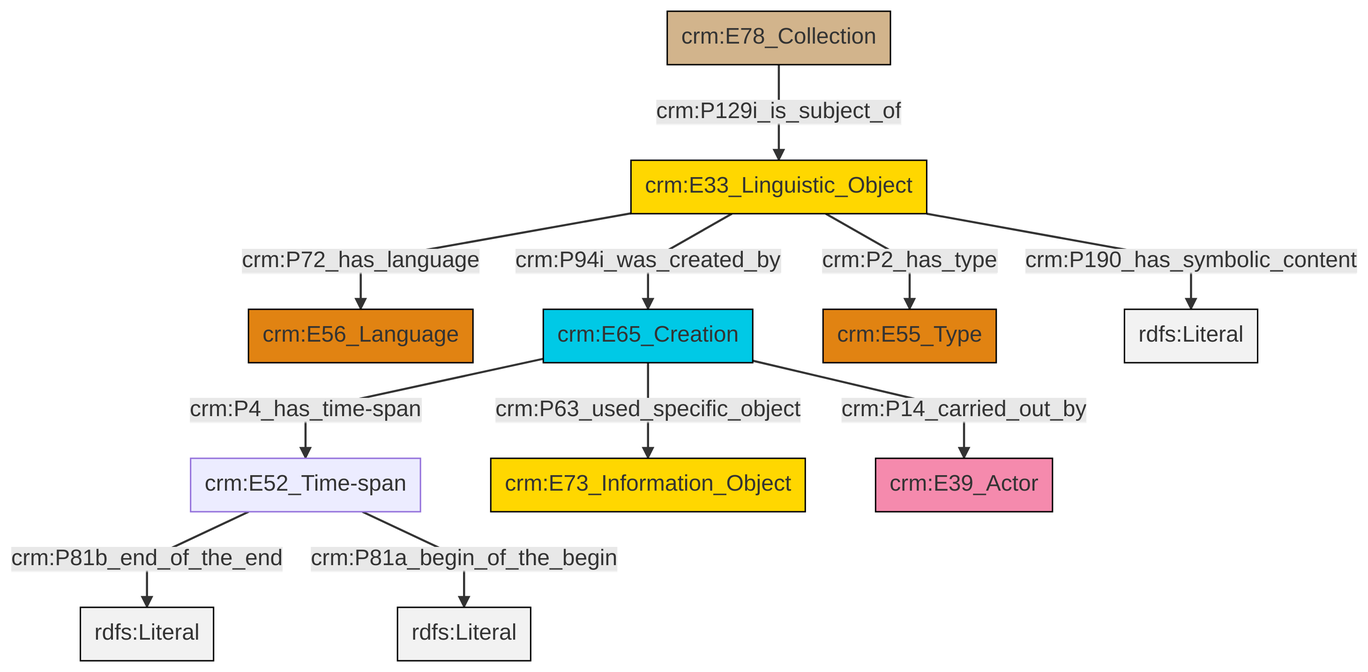
This is et/archivalCSV/ttl/mmd/png/archival_desc.png from swiss-art-research-net/docs.swissartresearch, a Mermaid export, as it was before one commit. Its source is kept beside it as et/archivalCSV/ttl/mmd/archival_desc.ttl.mmd.
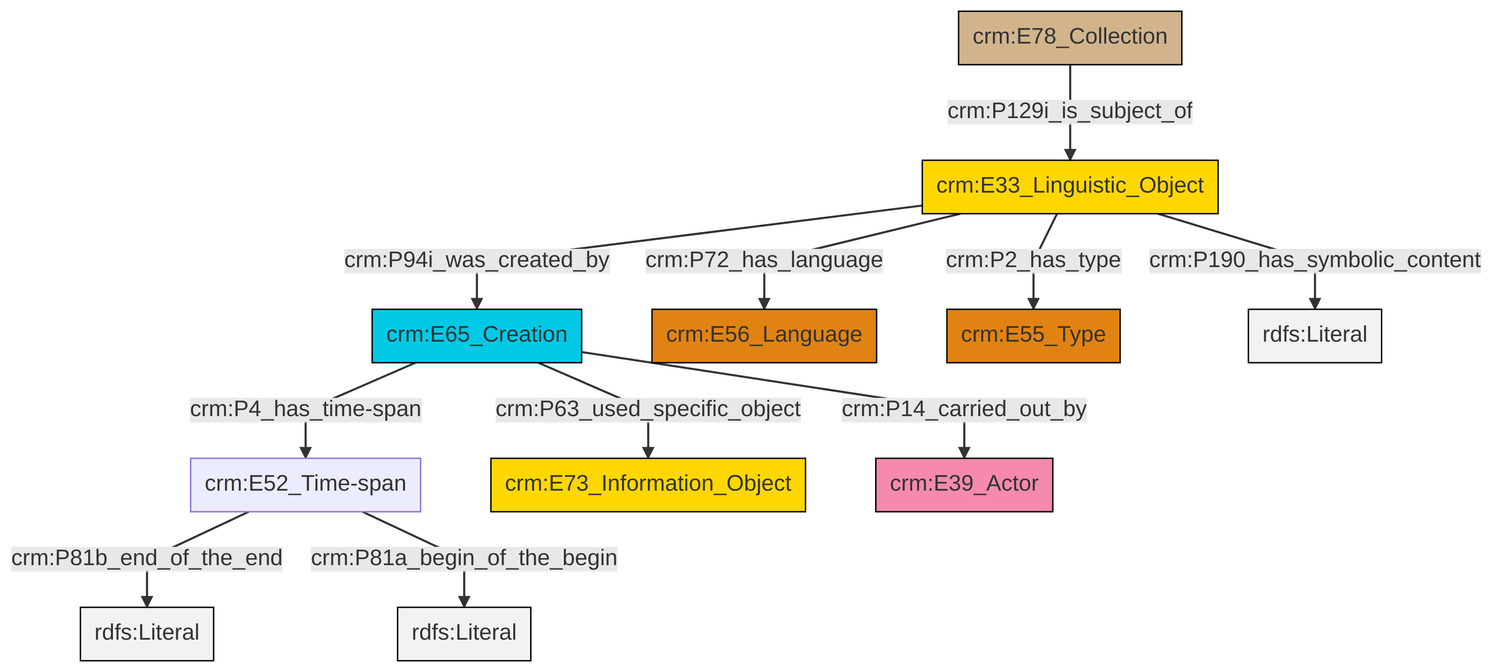
Later version of the same file.

Diff of the diagram source:
```diff
@@ -13,13 +13,13 @@
 classDef PC_Classes fill:#4ce600, stroke:#000000;
 classDef Multi fill:#cccccc,stroke:#000000;
 
-0["crm:E33_Linguistic_Object"]:::Conceptual_Object -->|crm:P72_has_language| 1["crm:E56_Language"]:::Type
-5["crm:E65_Creation"]:::Temporal_Entity -->|crm:P4_has_time-span| 2["crm:E52_Time-span"]:::Default
-0["crm:E33_Linguistic_Object"]:::Conceptual_Object -->|crm:P190_has_symbolic_content| 11[rdfs:Literal]:::Literal
-9["crm:E78_Collection"]:::Physical_Thing -->|crm:P129i_is_subject_of| 0["crm:E33_Linguistic_Object"]:::Conceptual_Object
-5["crm:E65_Creation"]:::Temporal_Entity -->|crm:P63_used_specific_object| 12["crm:E73_Information_Object"]:::Conceptual_Object
-2["crm:E52_Time-span"]:::Default -->|crm:P81b_end_of_the_end| 14[rdfs:Literal]:::Literal
-0["crm:E33_Linguistic_Object"]:::Conceptual_Object -->|crm:P2_has_type| 7["crm:E55_Type"]:::Type
-5["crm:E65_Creation"]:::Temporal_Entity -->|crm:P14_carried_out_by| 15["crm:E39_Actor"]:::Actor
-2["crm:E52_Time-span"]:::Default -->|crm:P81a_begin_of_the_begin| 17[rdfs:Literal]:::Literal
-0["crm:E33_Linguistic_Object"]:::Conceptual_Object -->|crm:P94i_was_created_by| 5["crm:E65_Creation"]:::Temporal_Entity
+0["crm:E52_Time-span"]:::Default -->|crm:P81b_end_of_the_end| 1[rdfs:Literal]:::Literal
+4["crm:E65_Creation"]:::Temporal_Entity -->|crm:P4_has_time-span| 0["crm:E52_Time-span"]:::Default
+7["crm:E33_Linguistic_Object"]:::Conceptual_Object -->|crm:P2_has_type| 8["crm:E55_Type"]:::Type
+7["crm:E33_Linguistic_Object"]:::Conceptual_Object -->|crm:P190_has_symbolic_content| 12[rdfs:Literal]:::Literal
+10["crm:E78_Collection"]:::Physical_Thing -->|crm:P129i_is_subject_of| 7["crm:E33_Linguistic_Object"]:::Conceptual_Object
+0["crm:E52_Time-span"]:::Default -->|crm:P81a_begin_of_the_begin| 16[rdfs:Literal]:::Literal
+7["crm:E33_Linguistic_Object"]:::Conceptual_Object -->|crm:P94i_was_created_by| 4["crm:E65_Creation"]:::Temporal_Entity
+4["crm:E65_Creation"]:::Temporal_Entity -->|crm:P63_used_specific_object| 2["crm:E73_Information_Object"]:::Conceptual_Object
+7["crm:E33_Linguistic_Object"]:::Conceptual_Object -->|crm:P72_has_language| 5["crm:E56_Language"]:::Type
+4["crm:E65_Creation"]:::Temporal_Entity -->|crm:P14_carried_out_by| 14["crm:E39_Actor"]:::Actor
```
